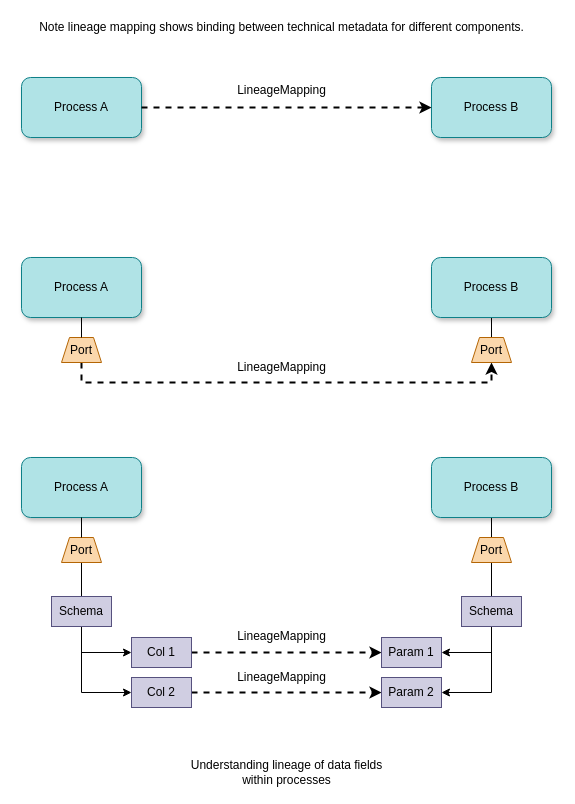
odpi/egeria keeps this draw.io diagram as page "understanding-data-fields" (8 of 13) of open-metadata-publication/website/modelling-technology/modelling-technology.drawio. Above is the earlier version. Source tidied: cells renumbered, new cells numbered last; positions are measured from the earlier drawing's top-left corner, leaving out a move shared by most shapes. Both pictures are drawn from the tidied source at 100%, with x=0, y=0 at pixel (21, 17).
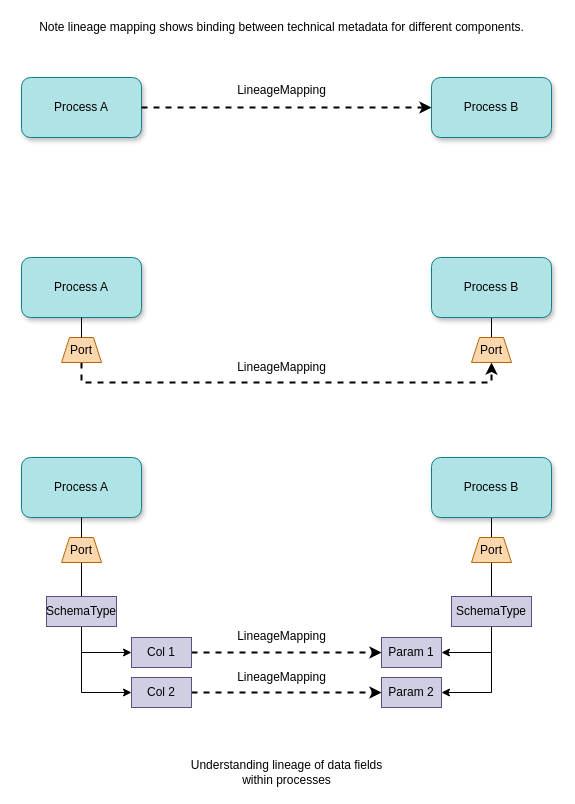
The same page after the edit.

Change to the diagram source:
```diff
@@
-    <mxCell id="8" value="Schema" style="rounded=0;whiteSpace=wrap;html=1;fillColor=#d0cee2;strokeColor=#56517e;" parent="1" vertex="1">
-      <mxGeometry x="30" y="579" width="60" height="30" as="geometry" />
+    <mxCell id="8" value="SchemaType" style="rounded=0;whiteSpace=wrap;html=1;fillColor=#d0cee2;strokeColor=#56517e;" parent="1" vertex="1">
+      <mxGeometry x="25" y="579" width="70" height="30" as="geometry" />
     </mxCell>
@@
-    <mxCell id="17" value="Schema" style="rounded=0;whiteSpace=wrap;html=1;fillColor=#d0cee2;strokeColor=#56517e;" parent="1" vertex="1">
-      <mxGeometry x="440" y="579" width="60" height="30" as="geometry" />
+    <mxCell id="17" value="SchemaType" style="rounded=0;whiteSpace=wrap;html=1;fillColor=#d0cee2;strokeColor=#56517e;" parent="1" vertex="1">
+      <mxGeometry x="430" y="579" width="80" height="30" as="geometry" />
     </mxCell>
```
